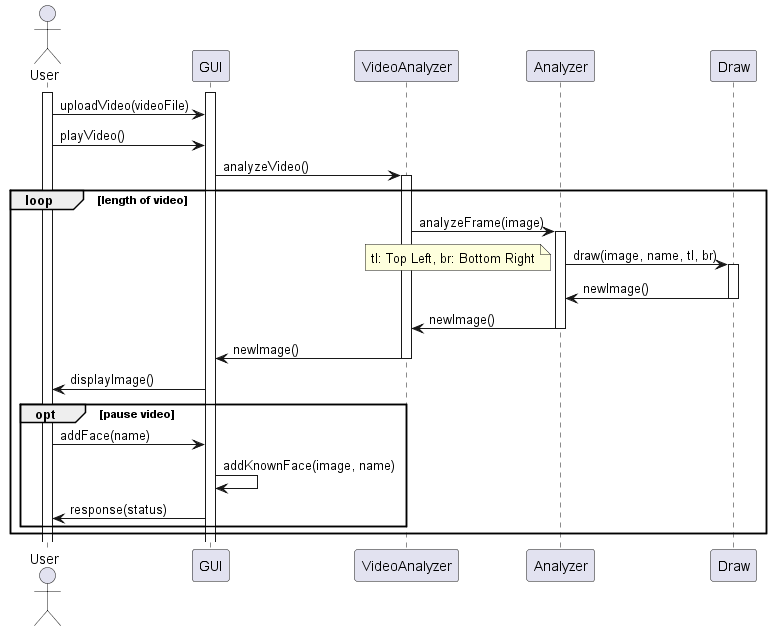
The PlantUML diagram docs/diagrams/out/image-sequence.png in mhuybregts/vision-id, before a commit. The source it was exported from:
```plantuml
@startuml image-sequence

actor User
activate User
activate GUI

User -> GUI : uploadVideo(videoFile)
User -> GUI : playVideo()

GUI -> VideoAnalyzer : analyzeVideo()
activate VideoAnalyzer

loop length of video
    VideoAnalyzer -> Analyzer : analyzeFrame(image)
    activate Analyzer
    Analyzer -> Draw : draw(image, name, tl, br)
    note left: tl: Top Left, br: Bottom Right
    activate Draw
    Draw -> Analyzer : newImage()
    deactivate Draw
    Analyzer -> VideoAnalyzer : newImage()
    deactivate Analyzer
    VideoAnalyzer -> GUI : newImage()
    deactivate VideoAnalyzer
    GUI -> User : displayImage()

    opt pause video
        User -> GUI : addFace(name)
        GUI -> GUI : addKnownFace(image, name)
        GUI -> User : response(status)
    end
end

@enduml
```
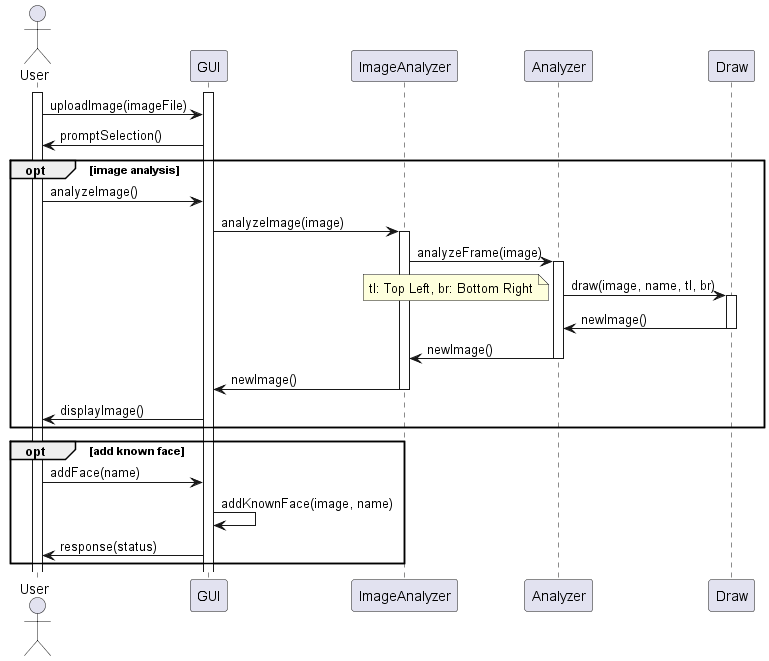
After the change.

Commit message:
docs: Update image sequence diagram

The edit, as a diff of the source:
```diff
@@ -4,31 +4,32 @@
 activate User
 activate GUI
 
-User -> GUI : uploadVideo(videoFile)
-User -> GUI : playVideo()
+User -> GUI : uploadImage(imageFile)
+GUI -> User : promptSelection()
 
-GUI -> VideoAnalyzer : analyzeVideo()
-activate VideoAnalyzer
+opt image analysis
+    User -> GUI : analyzeImage()
+    GUI -> ImageAnalyzer : analyzeImage(image)
+    activate ImageAnalyzer
+    ImageAnalyzer -> Analyzer : analyzeFrame(image)
+    activate Analyzer
 
-loop length of video
-    VideoAnalyzer -> Analyzer : analyzeFrame(image)
-    activate Analyzer
     Analyzer -> Draw : draw(image, name, tl, br)
     note left: tl: Top Left, br: Bottom Right
     activate Draw
     Draw -> Analyzer : newImage()
     deactivate Draw
-    Analyzer -> VideoAnalyzer : newImage()
+    Analyzer -> ImageAnalyzer : newImage()
     deactivate Analyzer
-    VideoAnalyzer -> GUI : newImage()
-    deactivate VideoAnalyzer
+    ImageAnalyzer -> GUI : newImage()
+    deactivate
     GUI -> User : displayImage()
+end
 
-    opt pause video
-        User -> GUI : addFace(name)
-        GUI -> GUI : addKnownFace(image, name)
-        GUI -> User : response(status)
-    end
+opt add known face
+    User -> GUI : addFace(name)
+    GUI -> GUI : addKnownFace(image, name)
+    GUI -> User : response(status)
 end
 
 @enduml
```
